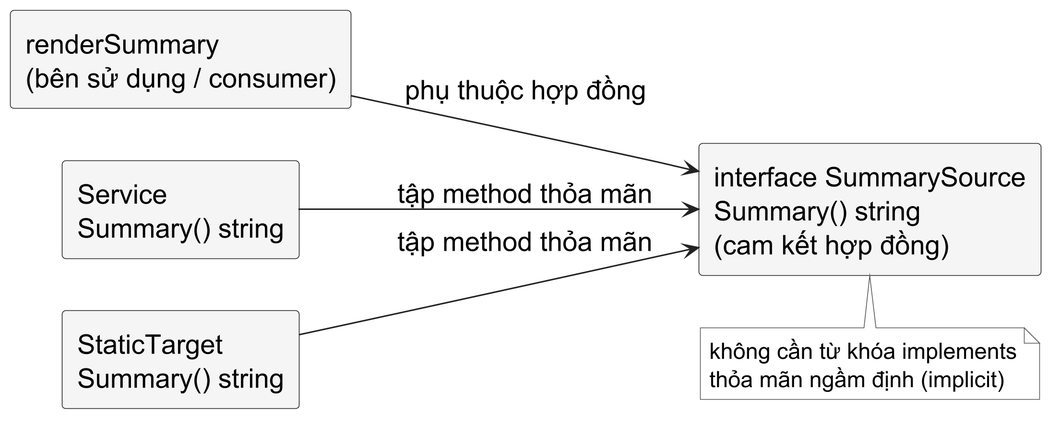
The PlantUML diagram assets/diagrams/interface-contract.png in Minhlike/Golang, before a commit.
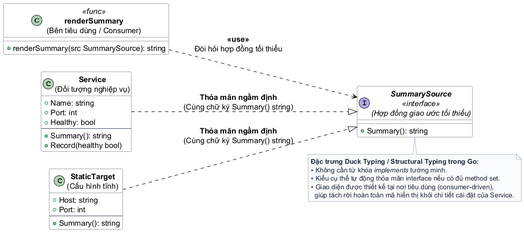
Above is the later version.

Diff of the diagram source:
```diff
@@ -1,32 +1,68 @@
 @startuml
-skinparamlocked dpi 300
-skinparam dpi 300
-skinparam backgroundColor white
+skinparam backgroundColor #FFFFFF
+skinparam defaultFontName "Source Sans 3"
+skinparam defaultFontSize 16
 skinparam shadowing false
-skinparam defaultFontName "Source Sans 3"
-skinparam defaultFontSize 18
-skinparam defaultFontColor #000000
-skinparam rectangle {
-  BackgroundColor #F5F5F5
-  BorderColor #222222
+skinparam roundCorner 6
+skinparam arrowColor #222222
+skinparam arrowThickness 1.2
+
+skinparam interface {
+  BackgroundColor #F1F5F9
+  BorderColor #0F172A
+  FontColor #0F172A
+  FontStyle bold
+}
+
+skinparam class {
+  BackgroundColor #FFFFFF
+  BorderColor #334155
   FontColor #000000
-  RoundCorner 5
 }
-skinparam arrowColor #222222
+
 skinparam note {
-  BackgroundColor #FFFFFF
-  BorderColor #555555
-  FontColor #000000
-  FontName "Source Sans 3"
-  FontSize 15
+  BackgroundColor #F8FAFC
+  BorderColor #64748B
+  FontColor #1E293B
+  FontSize 14
 }
+
 left to right direction
-rectangle "renderSummary\n(bên sử dụng / consumer)" as consumer
-rectangle "interface SummarySource\nSummary() string\n(cam kết hợp đồng)" as contract
-rectangle "Service\nSummary() string" as service
-rectangle "StaticTarget\nSummary() string" as static
-consumer --> contract : phụ thuộc hợp đồng
-service --> contract : tập method thỏa mãn
-static --> contract : tập method thỏa mãn
-note bottom of contract : không cần từ khóa implements\nthỏa mãn ngầm định (implicit)
+
+class "<b>renderSummary</b>\n(Bên tiêu dùng / Consumer)" as consumer <<func>> {
+  + renderSummary(src SummarySource): string
+}
+
+interface "<b>SummarySource</b>\n<<interface>>\n(Hợp đồng giao ước tối thiểu)" as contract {
+  + Summary(): string
+}
+
+class "<b>Service</b>\n(Đối tượng nghiệp vụ)" as service {
+  + Name: string
+  + Port: int
+  + Healthy: bool
+  --
+  + Summary(): string
+  + Record(healthy bool)
+}
+
+class "<b>StaticTarget</b>\n(Cấu hình tĩnh)" as static {
+  + Host: string
+  + Port: int
+  --
+  + Summary(): string
+}
+
+consumer ..> contract : <b><<use>></b>\nĐòi hỏi hợp đồng tối thiểu
+
+service ..|> contract : <b>Thỏa mãn ngầm định</b>\n(Cùng chữ ký Summary() string)
+static ..|> contract : <b>Thỏa mãn ngầm định</b>\n(Cùng chữ ký Summary() string)
+
+note bottom of contract
+  <b>Đặc trưng Duck Typing / Structural Typing trong Go:</b>
+  • Không cần từ khóa <i>implements</i> tường minh.
+  • Kiểu cụ thể tự động thỏa mãn interface nếu có đủ method set.
+  • Giao diện được thiết kế tại nơi tiêu dùng (consumer-driven),
+    giúp tách rời hoàn toàn mã hiển thị khỏi chi tiết cài đặt của Service.
+end note
 @enduml
```
